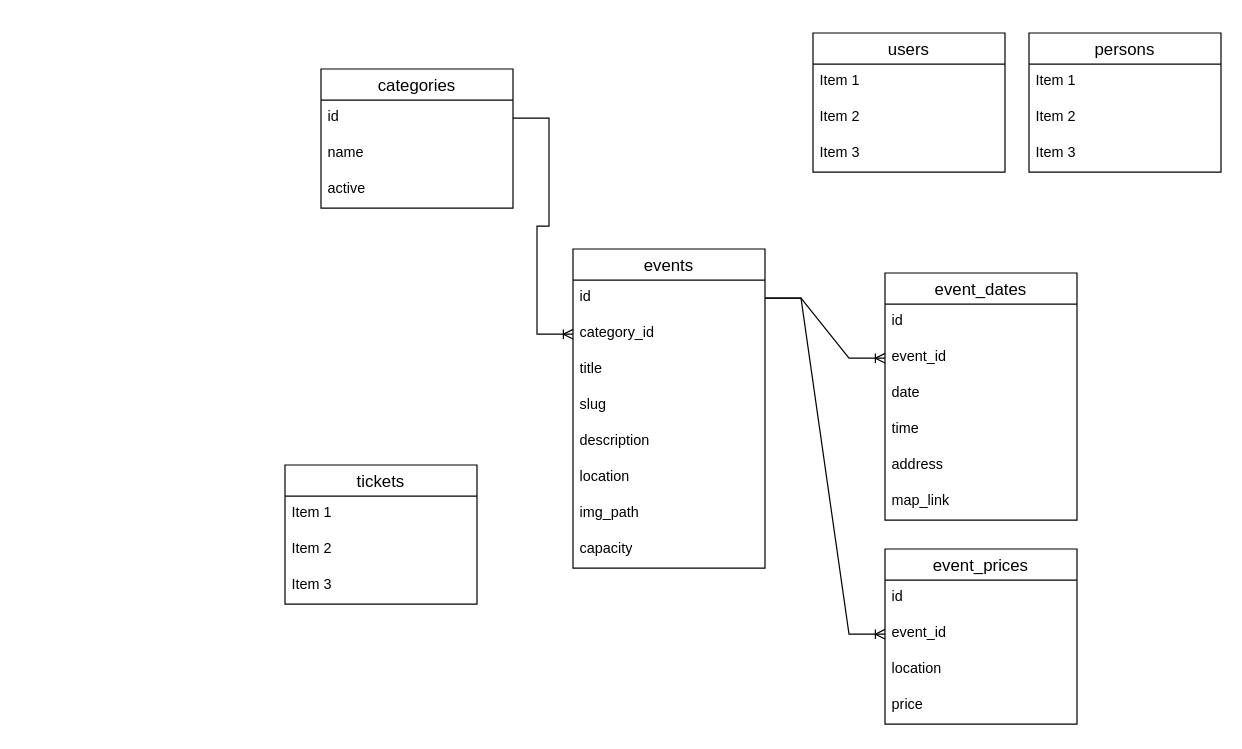
programwoft/test-repo keeps this draw.io diagram as tickets.drawio. Above is the earlier version. Source tidied: cells renumbered, new cells numbered last; positions are measured from the earlier drawing's top-left corner, leaving out a move shared by most shapes. Both pictures are drawn from the tidied source at 120%, with x=0, y=0 at pixel (284, 32).
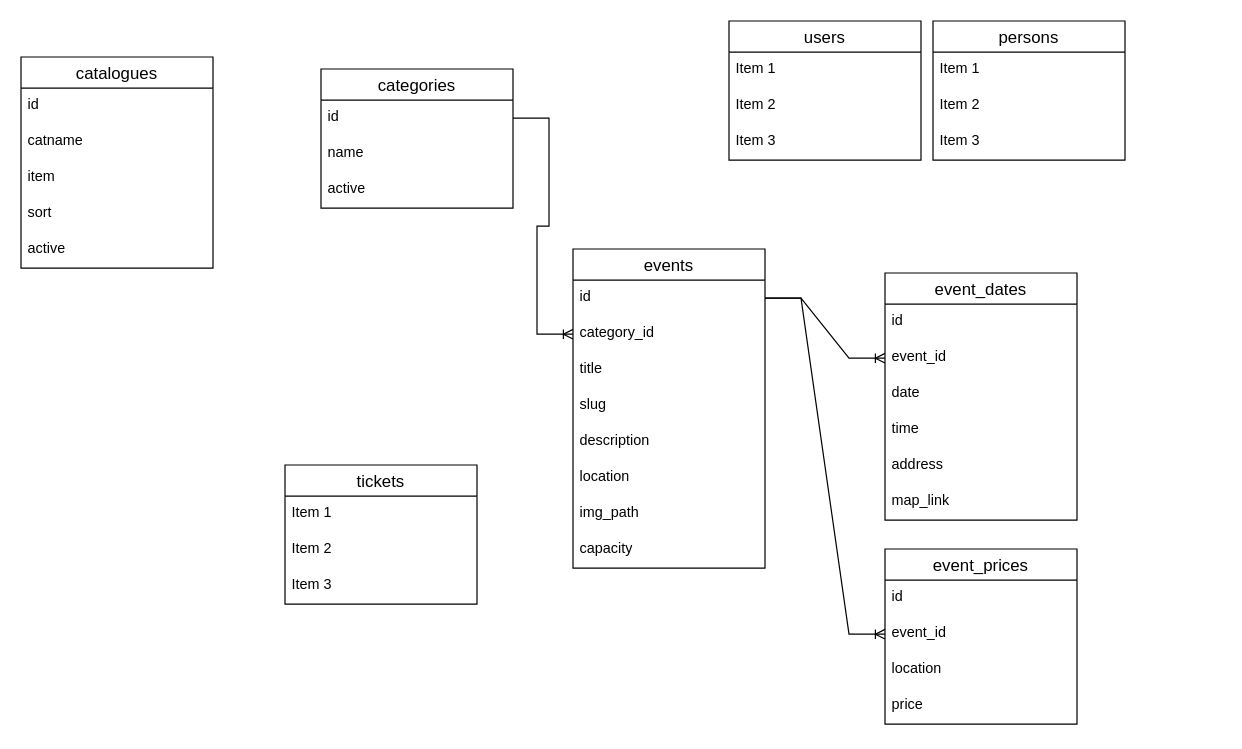
Above is the later version.

Commit message:
agregado catalogo

Diff of the diagram source:
```diff
@@
     <mxCell id="2" value="users" style="swimlane;fontStyle=0;horizontal=1;startSize=26;align=center;fontSize=14;" parent="1" vertex="1">
-      <mxGeometry x="440" width="160" height="116" as="geometry" />
+      <mxGeometry x="370" y="-10" width="160" height="116" as="geometry" />
     </mxCell>
@@
     <mxCell id="6" value="persons" style="swimlane;fontStyle=0;horizontal=1;startSize=26;align=center;fontSize=14;" parent="1" vertex="1">
-      <mxGeometry x="620" width="160" height="116" as="geometry" />
+      <mxGeometry x="540" y="-10" width="160" height="116" as="geometry" />
     </mxCell>
@@
+    <mxCell id="42" value="catalogues" style="swimlane;fontStyle=0;horizontal=1;startSize=26;align=center;fontSize=14;" parent="1" vertex="1">
+      <mxGeometry x="-220" y="20" width="160" height="176" as="geometry" />
+    </mxCell>
+    <mxCell id="43" value="id" style="text;strokeColor=none;fillColor=none;spacingLeft=4;spacingRight=4;overflow=hidden;fontSize=12;whiteSpace=wrap;html=1;" parent="42" vertex="1">
+      <mxGeometry y="26" width="160" height="30" as="geometry" />
+    </mxCell>
+    <mxCell id="44" value="catname" style="text;strokeColor=none;fillColor=none;spacingLeft=4;spacingRight=4;overflow=hidden;fontSize=12;whiteSpace=wrap;html=1;" parent="42" vertex="1">
+      <mxGeometry y="56" width="160" height="30" as="geometry" />
+    </mxCell>
+    <mxCell id="45" value="item" style="text;strokeColor=none;fillColor=none;spacingLeft=4;spacingRight=4;overflow=hidden;fontSize=12;whiteSpace=wrap;html=1;" parent="42" vertex="1">
+      <mxGeometry y="86" width="160" height="30" as="geometry" />
+    </mxCell>
+    <mxCell id="46" value="sort" style="text;strokeColor=none;fillColor=none;spacingLeft=4;spacingRight=4;overflow=hidden;fontSize=12;whiteSpace=wrap;html=1;" parent="42" vertex="1">
+      <mxGeometry y="116" width="160" height="30" as="geometry" />
+    </mxCell>
+    <mxCell id="47" value="active" style="text;strokeColor=none;fillColor=none;spacingLeft=4;spacingRight=4;overflow=hidden;fontSize=12;whiteSpace=wrap;html=1;" parent="42" vertex="1">
+      <mxGeometry y="146" width="160" height="30" as="geometry" />
+    </mxCell>
```
